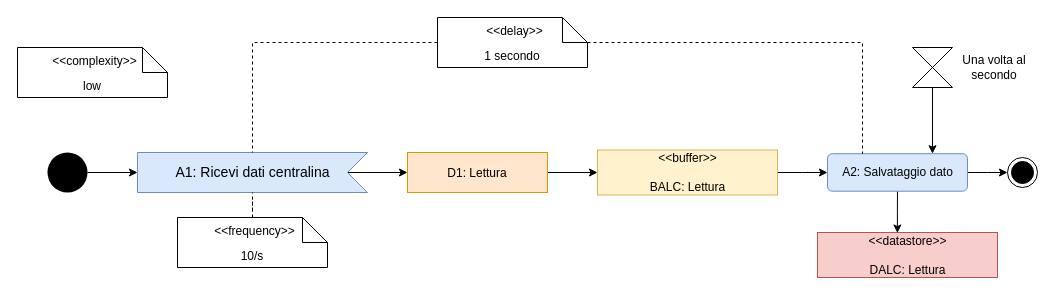
mbeccari856608/architetturasw2024 keeps this draw.io diagram as diagrammi_attivita/ADUC1.drawio. Above is the earlier version. Source tidied: cells renumbered, new cells numbered last; positions are measured from the earlier drawing's top-left corner, leaving out a move shared by most shapes. Both pictures are drawn from the tidied source at 100%, with x=0, y=0 at pixel (17, 17).
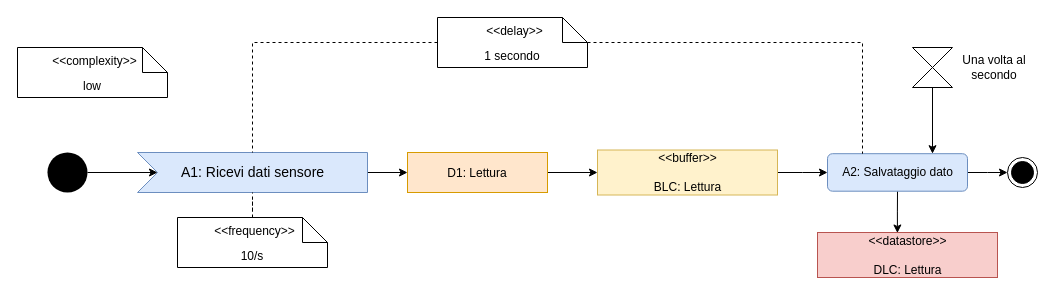
The same diagram, later.

Unchanged cells that the change refers to:
```xml
<mxCell id="3" style="ellipse;fillColor=#000000;strokeColor=none;" parent="1" vertex="1">
  <mxGeometry x="30" y="135" width="40" height="40" as="geometry" />
</mxCell>
```

Diff of the diagram source:
```diff
@@
-    <mxCell id="2" style="edgeStyle=orthogonalEdgeStyle;rounded=0;jettySize=auto;html=1;entryX=1;entryY=0.5;entryDx=0;entryDy=0;entryPerimeter=0;" parent="1" edge="1" source="3" target="5">
+    <mxCell id="2" style="edgeStyle=orthogonalEdgeStyle;rounded=0;jettySize=auto;html=1;entryX=0;entryY=0;entryDx=20;entryDy=20;entryPerimeter=0;" parent="1" edge="1" source="3" target="5">
       <mxGeometry relative="1" as="geometry" />
     </mxCell>
@@
-    <mxCell id="5" value="A1: Ricevi dati centralina" style="html=1;shape=mxgraph.infographic.ribbonSimple;notch1=20;notch2=0;align=center;verticalAlign=middle;fontSize=14;fontStyle=0;flipH=1;fillColor=#dae8fc;strokeColor=#6c8ebf;" parent="1" vertex="1">
+    <mxCell id="5" value="A1: Ricevi dati sensore" style="html=1;shape=mxgraph.infographic.ribbonSimple;notch1=20;notch2=0;align=center;verticalAlign=middle;fontSize=14;fontStyle=0;flipH=0;fillColor=#dae8fc;strokeColor=#6c8ebf;" parent="1" vertex="1">
       <mxGeometry x="120" y="135" width="230" height="40" as="geometry" />
     </mxCell>
@@
-    <mxCell id="11" value="&amp;lt;&amp;lt;buffer&amp;gt;&amp;gt;&lt;br&gt;&lt;br&gt;BALC: Lettura" style="text;html=1;align=center;verticalAlign=middle;dashed=0;fillColor=#fff2cc;strokeColor=#d6b656;" parent="1" vertex="1">
+    <mxCell id="11" value="&amp;lt;&amp;lt;buffer&amp;gt;&amp;gt;&lt;br&gt;&lt;br&gt;BLC: Lettura" style="text;html=1;align=center;verticalAlign=middle;dashed=0;fillColor=#fff2cc;strokeColor=#d6b656;" parent="1" vertex="1">
       <mxGeometry x="580" y="132.5" width="180" height="45" as="geometry" />
     </mxCell>
@@
-    <mxCell id="27" value="&amp;lt;&amp;lt;datastore&amp;gt;&amp;gt;&lt;br&gt;&lt;br&gt;DALC: Lettura" style="text;html=1;align=center;verticalAlign=middle;dashed=0;fillColor=#f8cecc;strokeColor=#b85450;" parent="1" vertex="1">
+    <mxCell id="27" value="&amp;lt;&amp;lt;datastore&amp;gt;&amp;gt;&lt;br&gt;&lt;br&gt;DLC: Lettura" style="text;html=1;align=center;verticalAlign=middle;dashed=0;fillColor=#f8cecc;strokeColor=#b85450;" parent="1" vertex="1">
       <mxGeometry x="800" y="215" width="180" height="45" as="geometry" />
     </mxCell>
```
